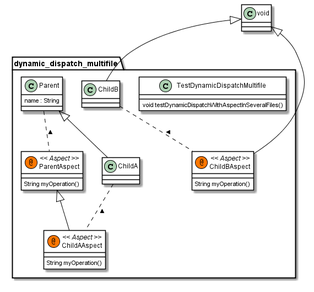
Above: k3-al/fr.inria.diverse.k3.al.tests/src/test/java/test/dynamic_dispatch_multifile/gen-plantuml/dynamic_dispatch_multifile.png in diverse-project/k3 (PlantUML), before the change.
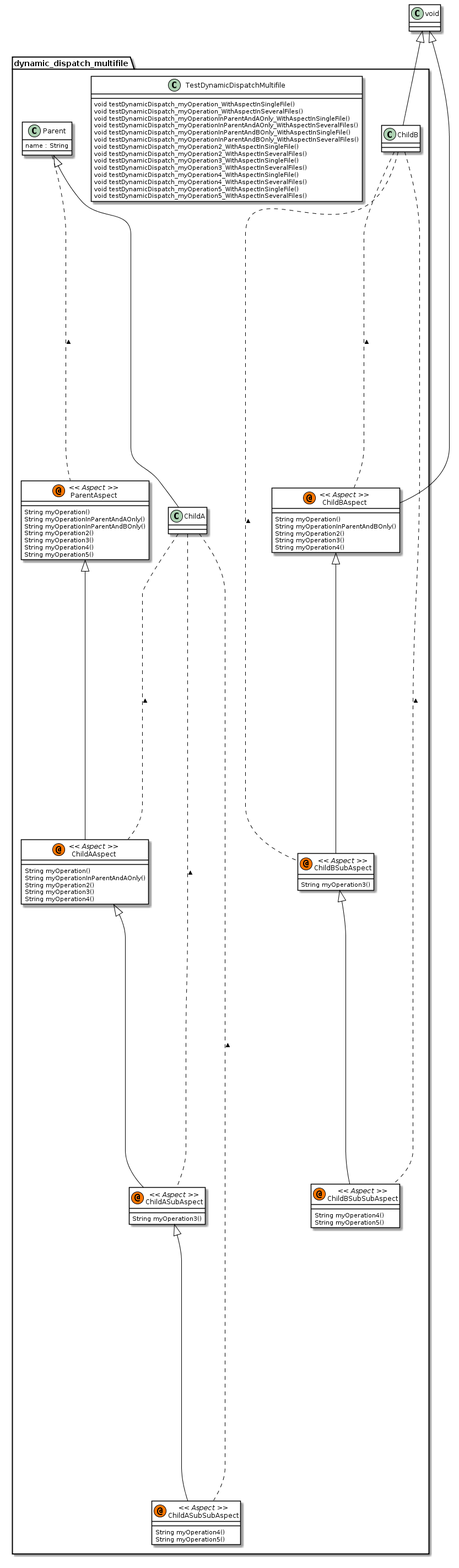
After the change.

Diff of the diagram source:
```diff
@@ -6,8 +6,37 @@
 	BorderColor Black
 }
 package dynamic_dispatch_multifile {
+	class	ChildB {
+	}
+	class	ChildBAspect << (@,#FF7700) Aspect >> {
+		String myOperation()
+		String myOperationInParentAndBOnly()
+		String myOperation2()
+		String myOperation3()
+		String myOperation4()
+	}
+	class	ChildBSubAspect << (@,#FF7700) Aspect >> {
+		String myOperation3()
+	}
+	class	ChildBSubSubAspect << (@,#FF7700) Aspect >> {
+		String myOperation4()
+		String myOperation5()
+	}
 	class	TestDynamicDispatchMultifile {
-		void testDynamicDispatchWithAspectInSeveralFiles()
+		void testDynamicDispatch_myOperation_WithAspectInSingleFile()
+		void testDynamicDispatch_myOperation_WithAspectInSeveralFiles()
+		void testDynamicDispatch_myOperationInParentAndAOnly_WithAspectInSingleFile()
+		void testDynamicDispatch_myOperationInParentAndAOnly_WithAspectInSeveralFiles()
+		void testDynamicDispatch_myOperationInParentAndBOnly_WithAspectInSingleFile()
+		void testDynamicDispatch_myOperationInParentAndBOnly_WithAspectInSeveralFiles()
+		void testDynamicDispatch_myOperation2_WithAspectInSingleFile()
+		void testDynamicDispatch_myOperation2_WithAspectInSeveralFiles()
+		void testDynamicDispatch_myOperation3_WithAspectInSingleFile()
+		void testDynamicDispatch_myOperation3_WithAspectInSeveralFiles()
+		void testDynamicDispatch_myOperation4_WithAspectInSingleFile()
+		void testDynamicDispatch_myOperation4_WithAspectInSeveralFiles()
+		void testDynamicDispatch_myOperation5_WithAspectInSingleFile()
+		void testDynamicDispatch_myOperation5_WithAspectInSeveralFiles()
 	}
 	class	Parent {
 		name : String
@@ -16,21 +45,41 @@
 	}
 	class	ParentAspect << (@,#FF7700) Aspect >> {
 		String myOperation()
+		String myOperationInParentAndAOnly()
+		String myOperationInParentAndBOnly()
+		String myOperation2()
+		String myOperation3()
+		String myOperation4()
+		String myOperation5()
 	}
 	class	ChildAAspect << (@,#FF7700) Aspect >> {
 		String myOperation()
+		String myOperationInParentAndAOnly()
+		String myOperation2()
+		String myOperation3()
+		String myOperation4()
 	}
-	class	ChildB {
+	class	ChildASubAspect << (@,#FF7700) Aspect >> {
+		String myOperation3()
 	}
-	class	ChildBAspect << (@,#FF7700) Aspect >> {
-		String myOperation()
+	class	ChildASubSubAspect << (@,#FF7700) Aspect >> {
+		String myOperation4()
+		String myOperation5()
 	}
 }
+void <|-- ChildB
+void <|-- ChildBAspect
+ChildB .. ChildBAspect : <
+ChildBAspect <|-- ChildBSubAspect
+ChildB .. ChildBSubAspect : <
+ChildBSubAspect <|-- ChildBSubSubAspect
+ChildB .. ChildBSubSubAspect : <
 Parent <|-- ChildA
 Parent .. ParentAspect : <
 ParentAspect <|-- ChildAAspect
 ChildA .. ChildAAspect : <
-void <|-- ChildB
-void <|-- ChildBAspect
-ChildB .. ChildBAspect : <
+ChildAAspect <|-- ChildASubAspect
+ChildA .. ChildASubAspect : <
+ChildASubAspect <|-- ChildASubSubAspect
+ChildA .. ChildASubSubAspect : <
 @enduml
```
